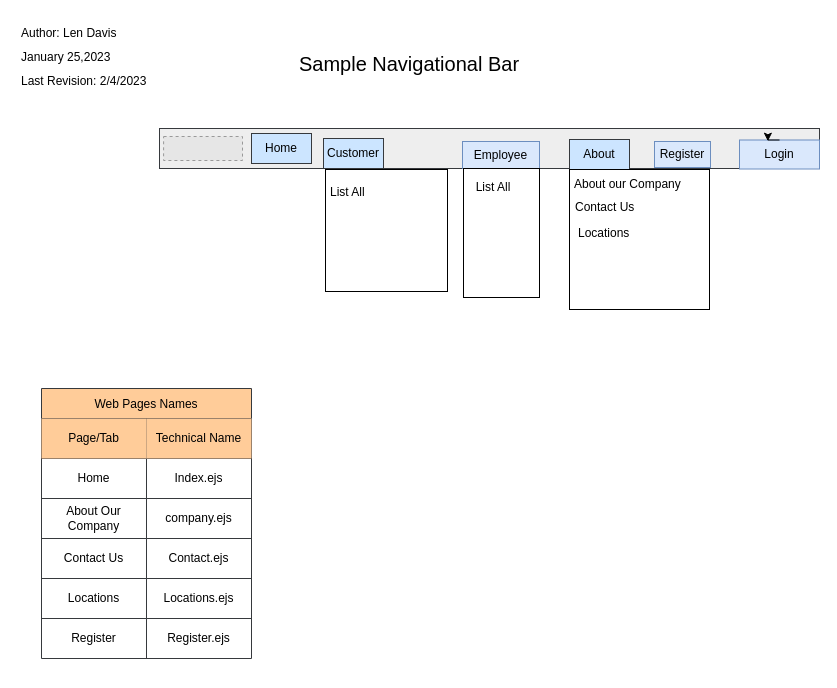
This is page "IndexNavBar" (1 of 2) of Documents/ProductsAreUsFeb4.drawio from kempensp/bdpaapr1, a draw.io file, before an edit. Source tidied: cells renumbered, new cells numbered last; positions are measured from the earlier drawing's top-left corner, leaving out a move shared by most shapes. Both pictures are drawn from the tidied source at 100%, with x=0, y=0 at pixel (19, 38). Pictures stored in the file or linked from it are replaced by grey dashed boxes.
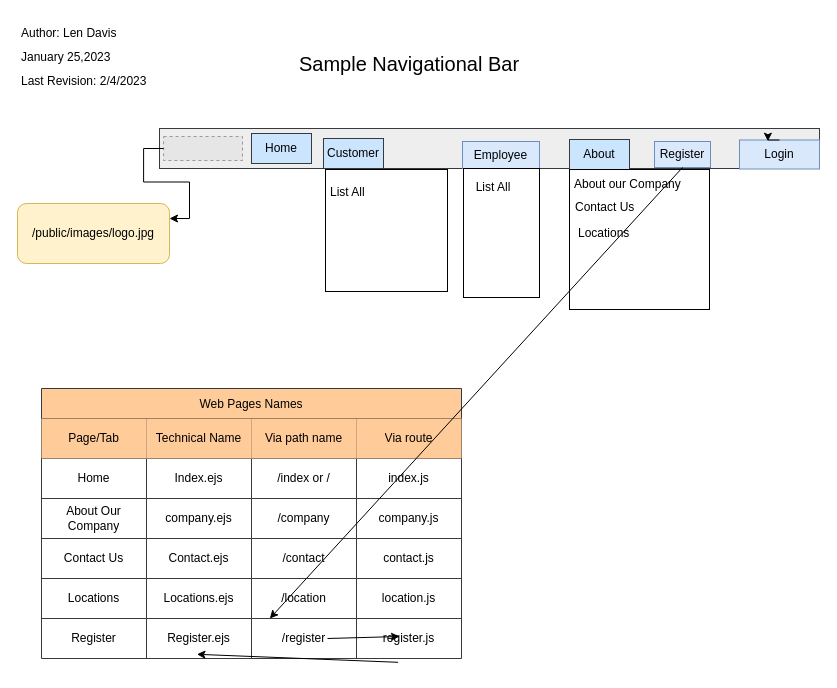
Above is the later version.

Unchanged cells that the change refers to:
```xml
<mxCell id="5" style="fillColor=#E6E6E6;strokeColor=#999999;dashed=1;verticalLabelPosition=bottom;labelBackgroundColor=default;verticalAlign=top;" parent="1" vertex="1">
  <mxGeometry x="144.1" y="98" width="78.9" height="24" as="geometry" />
</mxCell>
<mxCell id="34" value="Register" style="rounded=0;whiteSpace=wrap;html=1;fillColor=#dae8fc;strokeColor=#6c8ebf;" parent="1" vertex="1">
  <mxGeometry x="635" y="103" width="56" height="26" as="geometry" />
</mxCell>
```

The edit, as a diff of the source:
```diff
@@
     <mxCell id="11" value="Web Pages Names" style="shape=table;startSize=30;childLayout=tableLayout;fillColor=#ffcc99;strokeColor=#36393d;" parent="1" vertex="1">
-      <mxGeometry x="22" y="350" width="210" height="270" as="geometry" />
+      <mxGeometry x="22" y="350" width="420" height="270" as="geometry" />
     </mxCell>
     <mxCell id="12" style="shape=tableRow;horizontal=0;startSize=0;swimlaneHead=0;swimlaneBody=0;top=0;left=0;bottom=0;right=0;fillColor=none;" parent="11" vertex="1">
-      <mxGeometry y="30" width="210" height="40" as="geometry" />
+      <mxGeometry y="30" width="420" height="40" as="geometry" />
     </mxCell>
@@
+    <mxCell id="40" value="Via path name" style="shape=partialRectangle;html=1;whiteSpace=wrap;overflow=hidden;fillColor=#ffcc99;top=0;left=0;bottom=0;right=0;strokeColor=#36393d;" parent="12" vertex="1">
+      <mxGeometry x="210" width="105" height="40" as="geometry" />
+    </mxCell>
+    <mxCell id="41" value="Via route" style="shape=partialRectangle;html=1;whiteSpace=wrap;overflow=hidden;fillColor=#ffcc99;top=0;left=0;bottom=0;right=0;strokeColor=#36393d;" parent="12" vertex="1">
+      <mxGeometry x="315" width="105" height="40" as="geometry" />
+    </mxCell>
     <mxCell id="15" style="shape=tableRow;horizontal=0;startSize=0;swimlaneHead=0;swimlaneBody=0;top=0;left=0;bottom=0;right=0;fillColor=none;" parent="11" vertex="1">
-      <mxGeometry y="70" width="210" height="40" as="geometry" />
+      <mxGeometry y="70" width="420" height="40" as="geometry" />
     </mxCell>
@@
+    <mxCell id="42" value="/index or /" style="shape=partialRectangle;html=1;whiteSpace=wrap;overflow=hidden;fillColor=none;top=0;left=0;bottom=0;right=0;" parent="15" vertex="1">
+      <mxGeometry x="210" width="105" height="40" as="geometry" />
+    </mxCell>
+    <mxCell id="43" value="index.js" style="shape=partialRectangle;html=1;whiteSpace=wrap;overflow=hidden;fillColor=none;top=0;left=0;bottom=0;right=0;" parent="15" vertex="1">
+      <mxGeometry x="315" width="105" height="40" as="geometry" />
+    </mxCell>
     <mxCell id="18" style="shape=tableRow;horizontal=0;startSize=0;swimlaneHead=0;swimlaneBody=0;top=0;left=0;bottom=0;right=0;fillColor=none;" parent="11" vertex="1">
-      <mxGeometry y="110" width="210" height="40" as="geometry" />
+      <mxGeometry y="110" width="420" height="40" as="geometry" />
     </mxCell>
@@
+    <mxCell id="44" value="/company" style="shape=partialRectangle;html=1;whiteSpace=wrap;overflow=hidden;fillColor=none;top=0;left=0;bottom=0;right=0;" parent="18" vertex="1">
+      <mxGeometry x="210" width="105" height="40" as="geometry" />
+    </mxCell>
+    <mxCell id="45" value="company.js" style="shape=partialRectangle;html=1;whiteSpace=wrap;overflow=hidden;fillColor=none;top=0;left=0;bottom=0;right=0;" parent="18" vertex="1">
+      <mxGeometry x="315" width="105" height="40" as="geometry" />
+    </mxCell>
     <mxCell id="21" style="shape=tableRow;horizontal=0;startSize=0;swimlaneHead=0;swimlaneBody=0;top=0;left=0;bottom=0;right=0;fillColor=none;" parent="11" vertex="1">
-      <mxGeometry y="150" width="210" height="40" as="geometry" />
+      <mxGeometry y="150" width="420" height="40" as="geometry" />
     </mxCell>
@@
+    <mxCell id="46" value="/contact" style="shape=partialRectangle;html=1;whiteSpace=wrap;overflow=hidden;fillColor=none;top=0;left=0;bottom=0;right=0;" parent="21" vertex="1">
+      <mxGeometry x="210" width="105" height="40" as="geometry" />
+    </mxCell>
+    <mxCell id="47" value="contact.js" style="shape=partialRectangle;html=1;whiteSpace=wrap;overflow=hidden;fillColor=none;top=0;left=0;bottom=0;right=0;" parent="21" vertex="1">
+      <mxGeometry x="315" width="105" height="40" as="geometry" />
+    </mxCell>
     <mxCell id="24" style="shape=tableRow;horizontal=0;startSize=0;swimlaneHead=0;swimlaneBody=0;top=0;left=0;bottom=0;right=0;fillColor=none;" parent="11" vertex="1">
-      <mxGeometry y="190" width="210" height="40" as="geometry" />
+      <mxGeometry y="190" width="420" height="40" as="geometry" />
     </mxCell>
@@
+    <mxCell id="48" value="/location" style="shape=partialRectangle;html=1;whiteSpace=wrap;overflow=hidden;fillColor=none;top=0;left=0;bottom=0;right=0;" parent="24" vertex="1">
+      <mxGeometry x="210" width="105" height="40" as="geometry" />
+    </mxCell>
+    <mxCell id="49" value="location.js" style="shape=partialRectangle;html=1;whiteSpace=wrap;overflow=hidden;fillColor=none;top=0;left=0;bottom=0;right=0;" parent="24" vertex="1">
+      <mxGeometry x="315" width="105" height="40" as="geometry" />
+    </mxCell>
     <mxCell id="27" style="shape=tableRow;horizontal=0;startSize=0;swimlaneHead=0;swimlaneBody=0;top=0;left=0;bottom=0;right=0;fillColor=none;points=[[0,0.5],[1,0.5]];portConstraint=eastwest;" parent="11" vertex="1">
-      <mxGeometry y="230" width="210" height="40" as="geometry" />
+      <mxGeometry y="230" width="420" height="40" as="geometry" />
     </mxCell>
@@
+    <mxCell id="50" value="/register" style="shape=partialRectangle;html=1;whiteSpace=wrap;overflow=hidden;fillColor=none;top=0;left=0;bottom=0;right=0;" parent="27" vertex="1">
+      <mxGeometry x="210" width="105" height="40" as="geometry" />
+    </mxCell>
+    <mxCell id="51" value="register.js" style="shape=partialRectangle;html=1;whiteSpace=wrap;overflow=hidden;fillColor=none;top=0;left=0;bottom=0;right=0;" parent="27" vertex="1">
+      <mxGeometry x="315" width="105" height="40" as="geometry" />
+    </mxCell>
+    <mxCell id="52" style="endArrow=classic;html=1;rounded=0;fontColor=#00FF00;exitX=0.849;exitY=1.095;exitDx=0;exitDy=0;exitPerimeter=0;entryX=0.37;entryY=0.895;entryDx=0;entryDy=0;entryPerimeter=0;" parent="11" edge="1" source="27" target="27">
+      <mxGeometry relative="1" as="geometry" />
+    </mxCell>
@@
+    <mxCell id="53" parent="0" />
+    <mxCell id="54" value="/public/images/logo.jpg" style="rounded=1;whiteSpace=wrap;html=1;fillColor=#fff2cc;strokeColor=#d6b656;" parent="53" vertex="1">
+      <mxGeometry x="-2" y="165" width="152" height="60" as="geometry" />
+    </mxCell>
+    <mxCell id="55" style="edgeStyle=orthogonalEdgeStyle;rounded=0;jettySize=auto;html=1;exitX=0;exitY=0.5;exitDx=0;exitDy=0;entryX=1;entryY=0.25;entryDx=0;entryDy=0;fontColor=#00FF00;" parent="53" edge="1" source="5" target="54">
+      <mxGeometry relative="1" as="geometry" />
+    </mxCell>
+    <mxCell id="56" style="endArrow=classic;html=1;rounded=0;fontColor=#00FF00;exitX=0.5;exitY=1;exitDx=0;exitDy=0;" parent="53" edge="1" source="34" target="27">
+      <mxGeometry relative="1" as="geometry" />
+    </mxCell>
+    <mxCell id="57" style="endArrow=classic;html=1;rounded=0;fontColor=#00FF00;" parent="53" edge="1">
+      <mxGeometry relative="1" as="geometry">
+        <mxPoint x="308" y="600" as="sourcePoint" />
+        <mxPoint x="380" y="598" as="targetPoint" />
+      </mxGeometry>
+    </mxCell>
```
